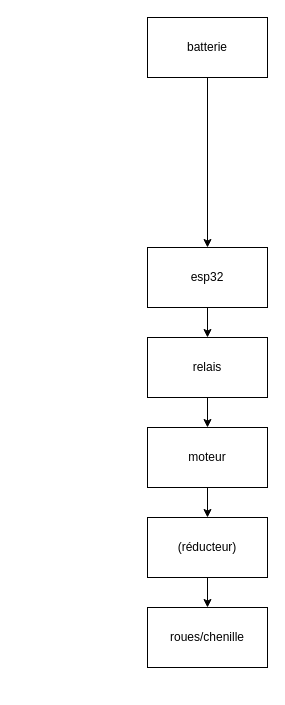
This is chaine_de_force.drawio from Michalex37220/SI-robot-fight, a draw.io file, before an edit. Source tidied: cells renumbered, new cells numbered last; positions are measured from the earlier drawing's top-left corner, leaving out a move shared by most shapes. Both pictures are drawn from the tidied source at 100%, with x=0, y=0 at pixel (147, 17).
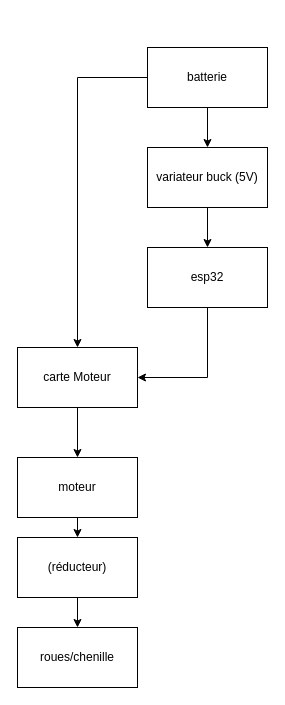
The same page after the edit.

Commit message:
update chaine_de_force

Diff of the diagram source:
```diff
@@
 <mxGraphModel>
   <root>
     <mxCell id="0" />
     <mxCell id="1" parent="0" />
     <mxCell id="2" style="edgeStyle=orthogonalEdgeStyle;rounded=0;jettySize=auto;html=1;exitX=0.5;exitY=1;exitDx=0;exitDy=0;entryX=0.5;entryY=0;entryDx=0;entryDy=0;" parent="1" edge="1" source="3" target="5">
       <mxGeometry relative="1" as="geometry" />
     </mxCell>
     <mxCell id="3" value="&lt;div&gt;moteur&lt;/div&gt;" style="rounded=0;whiteSpace=wrap;html=1;" parent="1" vertex="1">
-      <mxGeometry y="410" width="120" height="60" as="geometry" />
+      <mxGeometry x="-130" y="440" width="120" height="60" as="geometry" />
     </mxCell>
     <mxCell id="4" style="edgeStyle=orthogonalEdgeStyle;rounded=0;jettySize=auto;html=1;exitX=0.5;exitY=1;exitDx=0;exitDy=0;" parent="1" edge="1" source="5" target="6">
       <mxGeometry relative="1" as="geometry" />
     </mxCell>
     <mxCell id="5" value="&lt;div&gt;(réducteur)&lt;/div&gt;" style="rounded=0;whiteSpace=wrap;html=1;" parent="1" vertex="1">
-      <mxGeometry y="500" width="120" height="60" as="geometry" />
+      <mxGeometry x="-130" y="520" width="120" height="60" as="geometry" />
     </mxCell>
     <mxCell id="6" value="roues/chenille" style="rounded=0;whiteSpace=wrap;html=1;" parent="1" vertex="1">
-      <mxGeometry y="590" width="120" height="60" as="geometry" />
+      <mxGeometry x="-130" y="610" width="120" height="60" as="geometry" />
     </mxCell>
-    <mxCell id="7" style="edgeStyle=orthogonalEdgeStyle;rounded=0;jettySize=auto;html=1;exitX=0.5;exitY=1;exitDx=0;exitDy=0;entryX=0.5;entryY=0;entryDx=0;entryDy=0;" parent="1" edge="1" source="8" target="3">
-      <mxGeometry relative="1" as="geometry" />
-    </mxCell>
-    <mxCell id="8" value="relais" style="rounded=0;whiteSpace=wrap;html=1;" parent="1" vertex="1">
-      <mxGeometry y="320" width="120" height="60" as="geometry" />
-    </mxCell>
-    <mxCell id="9" style="edgeStyle=orthogonalEdgeStyle;rounded=0;jettySize=auto;html=1;exitX=0.5;exitY=1;exitDx=0;exitDy=0;" parent="1" edge="1" source="10" target="8">
-      <mxGeometry relative="1" as="geometry" />
-    </mxCell>
+    <mxCell id="13" style="edgeStyle=orthogonalEdgeStyle;rounded=0;jettySize=auto;html=1;exitX=0.5;exitY=1;exitDx=0;exitDy=0;entryX=1;entryY=0.5;entryDx=0;entryDy=0;" parent="1" edge="1" source="10" target="19">
+      <mxGeometry relative="1" as="geometry" />
+    </mxCell>
     <mxCell id="10" value="esp32" style="rounded=0;whiteSpace=wrap;html=1;" parent="1" vertex="1">
       <mxGeometry y="230" width="120" height="60" as="geometry" />
     </mxCell>
-    <mxCell id="11" style="edgeStyle=orthogonalEdgeStyle;rounded=0;jettySize=auto;html=1;exitX=0.5;exitY=1;exitDx=0;exitDy=0;entryX=0.5;entryY=0;entryDx=0;entryDy=0;" parent="1" edge="1" source="12" target="10">
-      <mxGeometry relative="1" as="geometry" />
-    </mxCell>
+    <mxCell id="14" style="edgeStyle=orthogonalEdgeStyle;rounded=0;jettySize=auto;html=1;exitX=0.5;exitY=1;exitDx=0;exitDy=0;" parent="1" edge="1" source="12" target="17">
+      <mxGeometry relative="1" as="geometry" />
+    </mxCell>
+    <mxCell id="15" style="edgeStyle=orthogonalEdgeStyle;rounded=0;jettySize=auto;html=1;" parent="1" edge="1" source="12" target="19">
+      <mxGeometry relative="1" as="geometry" />
+    </mxCell>
     <mxCell id="12" value="batterie" style="rounded=0;whiteSpace=wrap;html=1;" parent="1" vertex="1">
-      <mxGeometry width="120" height="60" as="geometry" />
+      <mxGeometry y="30" width="120" height="60" as="geometry" />
     </mxCell>
+    <mxCell id="16" style="edgeStyle=orthogonalEdgeStyle;rounded=0;jettySize=auto;html=1;" parent="1" edge="1" source="17" target="10">
+      <mxGeometry relative="1" as="geometry" />
+    </mxCell>
+    <mxCell id="17" value="variateur buck (5V)" style="rounded=0;whiteSpace=wrap;html=1;" parent="1" vertex="1">
+      <mxGeometry y="130" width="120" height="60" as="geometry" />
+    </mxCell>
+    <mxCell id="18" style="edgeStyle=orthogonalEdgeStyle;rounded=0;jettySize=auto;html=1;" parent="1" edge="1" source="19" target="3">
+      <mxGeometry relative="1" as="geometry" />
+    </mxCell>
+    <mxCell id="19" value="carte Moteur" style="rounded=0;whiteSpace=wrap;html=1;" parent="1" vertex="1">
+      <mxGeometry x="-130" y="330" width="120" height="60" as="geometry" />
+    </mxCell>
   </root>
 </mxGraphModel>
```
